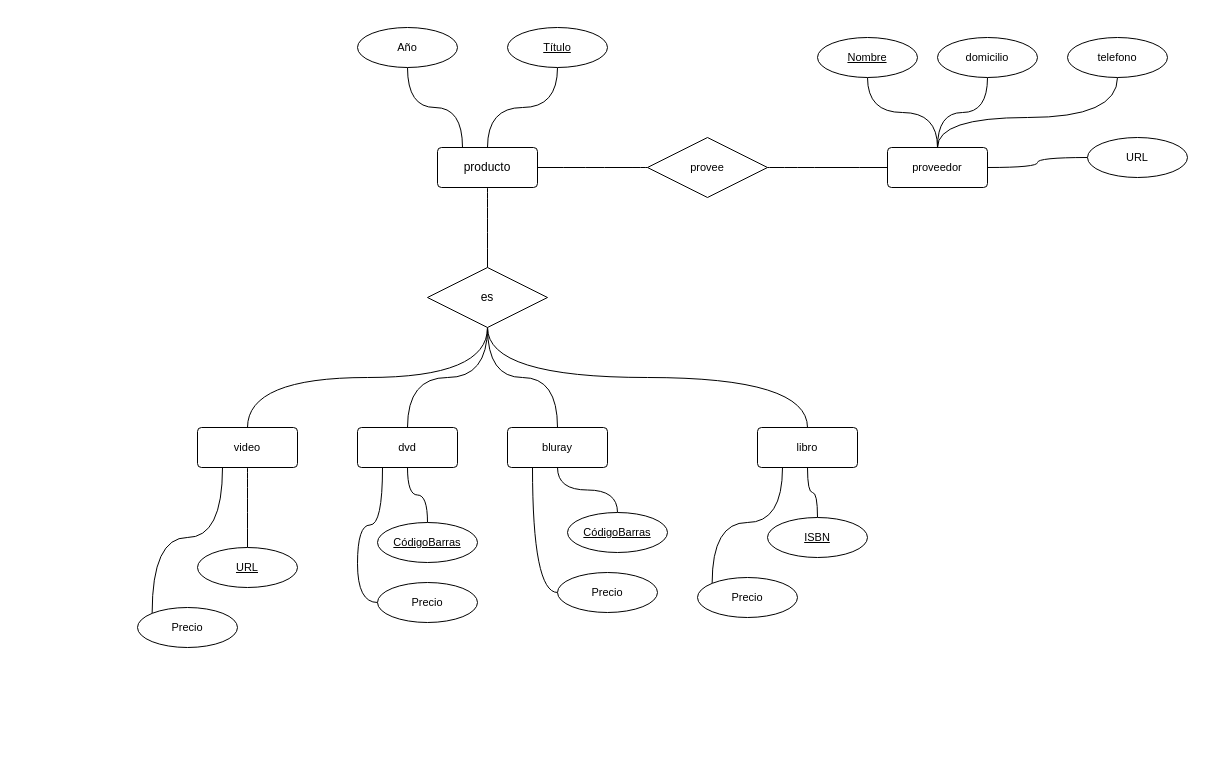
The draw.io diagram practico/practico1/ej10.drawio in irmrz/bases-de-datos, before the edit. Source tidied: cells renumbered, new cells numbered last; positions are measured from the earlier drawing's top-left corner, leaving out a move shared by most shapes. Both pictures are drawn from the tidied source at 100%, with x=0, y=0 at pixel (137, 27).
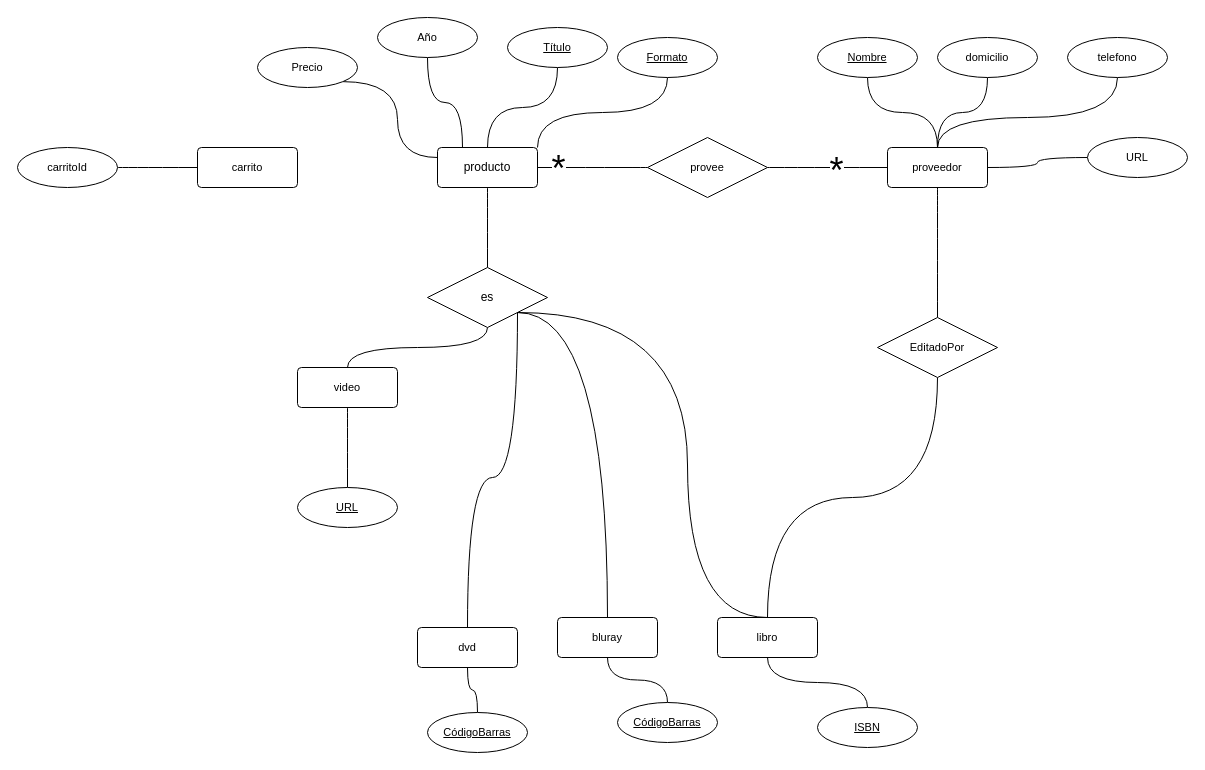
The same diagram, later.

The change refers to these unchanged cells:
```xml
<mxCell id="5" value="producto" style="rounded=1;arcSize=10;whiteSpace=wrap;html=1;align=center;" parent="1" vertex="1">
  <mxGeometry x="300" y="120" width="100" height="40" as="geometry" />
</mxCell>
<mxCell id="10" value="es" style="shape=rhombus;perimeter=rhombusPerimeter;whiteSpace=wrap;html=1;align=center;" parent="1" vertex="1">
  <mxGeometry x="290" y="240" width="120" height="60" as="geometry" />
</mxCell>
<mxCell id="36" value="proveedor" style="rounded=1;arcSize=10;whiteSpace=wrap;html=1;align=center;fontFamily=Helvetica;fontSize=11;fontColor=default;" parent="1" vertex="1">
  <mxGeometry x="750" y="120" width="100" height="40" as="geometry" />
</mxCell>
<mxCell id="42" style="edgeStyle=orthogonalEdgeStyle;shape=connector;curved=1;rounded=1;jettySize=auto;html=1;exitX=1;exitY=0.5;exitDx=0;exitDy=0;entryX=0;entryY=0.5;entryDx=0;entryDy=0;labelBackgroundColor=default;strokeColor=default;fontFamily=Helvetica;fontSize=11;fontColor=default;endArrow=none;endFill=0;" parent="1" edge="1" source="44" target="36">
  <mxGeometry relative="1" as="geometry" />
</mxCell>
```

Diff of the diagram source:
```diff
@@
-    <mxCell id="6" style="edgeStyle=orthogonalEdgeStyle;shape=connector;curved=1;rounded=1;jettySize=auto;html=1;exitX=0.5;exitY=1;exitDx=0;exitDy=0;entryX=0.5;entryY=0;entryDx=0;entryDy=0;labelBackgroundColor=default;strokeColor=default;fontFamily=Helvetica;fontSize=11;fontColor=default;endArrow=none;endFill=0;" parent="1" edge="1" source="10" target="15">
-      <mxGeometry relative="1" as="geometry" />
-    </mxCell>
-    <mxCell id="7" style="edgeStyle=orthogonalEdgeStyle;shape=connector;curved=1;rounded=1;jettySize=auto;html=1;exitX=0.5;exitY=1;exitDx=0;exitDy=0;entryX=0.5;entryY=0;entryDx=0;entryDy=0;labelBackgroundColor=default;strokeColor=default;fontFamily=Helvetica;fontSize=11;fontColor=default;endArrow=none;endFill=0;" parent="1" edge="1" source="10" target="17">
-      <mxGeometry relative="1" as="geometry" />
-    </mxCell>
-    <mxCell id="8" style="edgeStyle=orthogonalEdgeStyle;shape=connector;curved=1;rounded=1;jettySize=auto;html=1;exitX=0.5;exitY=1;exitDx=0;exitDy=0;entryX=0.5;entryY=0;entryDx=0;entryDy=0;labelBackgroundColor=default;strokeColor=default;fontFamily=Helvetica;fontSize=11;fontColor=default;endArrow=none;endFill=0;" parent="1" edge="1" source="10" target="20">
-      <mxGeometry relative="1" as="geometry" />
-    </mxCell>
@@
     <mxCell id="11" value="Año" style="ellipse;whiteSpace=wrap;html=1;align=center;fontFamily=Helvetica;fontSize=11;fontColor=default;" parent="1" vertex="1">
-      <mxGeometry x="220" width="100" height="40" as="geometry" />
+      <mxGeometry x="240" y="-10" width="100" height="40" as="geometry" />
     </mxCell>
@@
-    <mxCell id="14" style="edgeStyle=orthogonalEdgeStyle;shape=connector;curved=1;rounded=1;jettySize=auto;html=1;exitX=0.25;exitY=1;exitDx=0;exitDy=0;entryX=0;entryY=0;entryDx=0;entryDy=0;labelBackgroundColor=default;strokeColor=default;fontFamily=Helvetica;fontSize=11;fontColor=default;endArrow=none;endFill=0;" parent="1" edge="1" source="15" target="21">
-      <mxGeometry relative="1" as="geometry" />
-    </mxCell>
     <mxCell id="15" value="libro" style="rounded=1;arcSize=10;whiteSpace=wrap;html=1;align=center;fontFamily=Helvetica;fontSize=11;fontColor=default;" parent="1" vertex="1">
-      <mxGeometry x="620" y="400" width="100" height="40" as="geometry" />
+      <mxGeometry x="580" y="590" width="100" height="40" as="geometry" />
     </mxCell>
-    <mxCell id="16" style="edgeStyle=orthogonalEdgeStyle;shape=connector;curved=1;rounded=1;jettySize=auto;html=1;exitX=0.25;exitY=1;exitDx=0;exitDy=0;entryX=0;entryY=0.5;entryDx=0;entryDy=0;labelBackgroundColor=default;strokeColor=default;fontFamily=Helvetica;fontSize=11;fontColor=default;endArrow=none;endFill=0;" parent="1" edge="1" source="17" target="22">
-      <mxGeometry relative="1" as="geometry" />
-    </mxCell>
     <mxCell id="17" value="dvd" style="rounded=1;arcSize=10;whiteSpace=wrap;html=1;align=center;fontFamily=Helvetica;fontSize=11;fontColor=default;" parent="1" vertex="1">
-      <mxGeometry x="220" y="400" width="100" height="40" as="geometry" />
+      <mxGeometry x="280" y="600" width="100" height="40" as="geometry" />
     </mxCell>
@@
-    <mxCell id="19" style="edgeStyle=orthogonalEdgeStyle;shape=connector;curved=1;rounded=1;jettySize=auto;html=1;exitX=0.25;exitY=1;exitDx=0;exitDy=0;entryX=0;entryY=0.5;entryDx=0;entryDy=0;labelBackgroundColor=default;strokeColor=default;fontFamily=Helvetica;fontSize=11;fontColor=default;endArrow=none;endFill=0;" parent="1" edge="1" source="20" target="23">
-      <mxGeometry relative="1" as="geometry" />
-    </mxCell>
     <mxCell id="20" value="bluray" style="rounded=1;arcSize=10;whiteSpace=wrap;html=1;align=center;fontFamily=Helvetica;fontSize=11;fontColor=default;" parent="1" vertex="1">
-      <mxGeometry x="370" y="400" width="100" height="40" as="geometry" />
+      <mxGeometry x="420" y="590" width="100" height="40" as="geometry" />
     </mxCell>
-    <mxCell id="21" value="Precio" style="ellipse;whiteSpace=wrap;html=1;align=center;fontFamily=Helvetica;fontSize=11;fontColor=default;" parent="1" vertex="1">
-      <mxGeometry x="560" y="550" width="100" height="40" as="geometry" />
-    </mxCell>
-    <mxCell id="22" value="Precio" style="ellipse;whiteSpace=wrap;html=1;align=center;fontFamily=Helvetica;fontSize=11;fontColor=default;" parent="1" vertex="1">
-      <mxGeometry x="240" y="555" width="100" height="40" as="geometry" />
-    </mxCell>
-    <mxCell id="23" value="Precio" style="ellipse;whiteSpace=wrap;html=1;align=center;fontFamily=Helvetica;fontSize=11;fontColor=default;" parent="1" vertex="1">
-      <mxGeometry x="420" y="545" width="100" height="40" as="geometry" />
-    </mxCell>
@@
     <mxCell id="25" value="CódigoBarras" style="ellipse;whiteSpace=wrap;html=1;align=center;fontStyle=4;fontFamily=Helvetica;fontSize=11;fontColor=default;" parent="1" vertex="1">
-      <mxGeometry x="240" y="495" width="100" height="40" as="geometry" />
+      <mxGeometry x="290" y="685" width="100" height="40" as="geometry" />
     </mxCell>
     <mxCell id="26" value="CódigoBarras" style="ellipse;whiteSpace=wrap;html=1;align=center;fontStyle=4;fontFamily=Helvetica;fontSize=11;fontColor=default;" parent="1" vertex="1">
-      <mxGeometry x="430" y="485" width="100" height="40" as="geometry" />
+      <mxGeometry x="480" y="675" width="100" height="40" as="geometry" />
     </mxCell>
     <mxCell id="27" value="ISBN" style="ellipse;whiteSpace=wrap;html=1;align=center;fontStyle=4;fontFamily=Helvetica;fontSize=11;fontColor=default;" parent="1" vertex="1">
-      <mxGeometry x="630" y="490" width="100" height="40" as="geometry" />
+      <mxGeometry x="680" y="680" width="100" height="40" as="geometry" />
     </mxCell>
@@
-    <mxCell id="29" style="edgeStyle=orthogonalEdgeStyle;shape=connector;curved=1;rounded=1;jettySize=auto;html=1;exitX=0.25;exitY=1;exitDx=0;exitDy=0;entryX=0;entryY=0;entryDx=0;entryDy=0;labelBackgroundColor=default;strokeColor=default;fontFamily=Helvetica;fontSize=11;fontColor=default;endArrow=none;endFill=0;" parent="1" edge="1" source="30" target="32">
-      <mxGeometry relative="1" as="geometry" />
-    </mxCell>
     <mxCell id="30" value="video" style="rounded=1;arcSize=10;whiteSpace=wrap;html=1;align=center;fontFamily=Helvetica;fontSize=11;fontColor=default;" parent="1" vertex="1">
-      <mxGeometry x="60" y="400" width="100" height="40" as="geometry" />
+      <mxGeometry x="160" y="340" width="100" height="40" as="geometry" />
     </mxCell>
     <mxCell id="31" value="URL" style="ellipse;whiteSpace=wrap;html=1;align=center;fontStyle=4;fontFamily=Helvetica;fontSize=11;fontColor=default;" parent="1" vertex="1">
-      <mxGeometry x="60" y="520" width="100" height="40" as="geometry" />
+      <mxGeometry x="160" y="460" width="100" height="40" as="geometry" />
     </mxCell>
-    <mxCell id="32" value="Precio" style="ellipse;whiteSpace=wrap;html=1;align=center;fontFamily=Helvetica;fontSize=11;fontColor=default;" parent="1" vertex="1">
-      <mxGeometry y="580" width="100" height="40" as="geometry" />
-    </mxCell>
@@
+    <mxCell id="45" style="edgeStyle=orthogonalEdgeStyle;shape=connector;curved=1;rounded=1;jettySize=auto;html=1;exitX=0.5;exitY=1;exitDx=0;exitDy=0;entryX=0.5;entryY=0;entryDx=0;entryDy=0;labelBackgroundColor=default;strokeColor=default;fontFamily=Helvetica;fontSize=11;fontColor=default;endArrow=none;endFill=0;" parent="1" edge="1" source="36" target="53">
+      <mxGeometry relative="1" as="geometry" />
+    </mxCell>
@@
+    <mxCell id="46" value="&lt;font style=&quot;font-size: 36px;&quot;&gt;*&lt;/font&gt;" style="edgeLabel;html=1;align=center;verticalAlign=middle;fontSize=11;fontFamily=Helvetica;fontColor=default;" parent="42" vertex="1">
+      <mxGeometry x="0.13" y="-2" relative="1" as="geometry" />
+    </mxCell>
@@
+    <mxCell id="47" value="&lt;font style=&quot;font-size: 36px;&quot;&gt;*&lt;/font&gt;" style="edgeLabel;html=1;align=center;verticalAlign=middle;fontSize=11;fontFamily=Helvetica;fontColor=default;" parent="1" vertex="1">
+      <mxGeometry x="420" y="140" as="geometry" />
+    </mxCell>
+    <mxCell id="48" value="carrito" style="rounded=1;arcSize=10;whiteSpace=wrap;html=1;align=center;fontFamily=Helvetica;fontSize=11;fontColor=default;" parent="1" vertex="1">
+      <mxGeometry x="60" y="120" width="100" height="40" as="geometry" />
+    </mxCell>
+    <mxCell id="7" style="edgeStyle=orthogonalEdgeStyle;shape=connector;curved=1;rounded=1;jettySize=auto;html=1;exitX=1;exitY=1;exitDx=0;exitDy=0;entryX=0.5;entryY=0;entryDx=0;entryDy=0;labelBackgroundColor=default;strokeColor=default;fontFamily=Helvetica;fontSize=11;fontColor=default;endArrow=none;endFill=0;" parent="1" edge="1" source="10" target="17">
+      <mxGeometry relative="1" as="geometry" />
+    </mxCell>
+    <mxCell id="8" style="edgeStyle=orthogonalEdgeStyle;shape=connector;curved=1;rounded=1;jettySize=auto;html=1;exitX=1;exitY=1;exitDx=0;exitDy=0;entryX=0.5;entryY=0;entryDx=0;entryDy=0;labelBackgroundColor=default;strokeColor=default;fontFamily=Helvetica;fontSize=11;fontColor=default;endArrow=none;endFill=0;" parent="1" edge="1" source="10" target="20">
+      <mxGeometry relative="1" as="geometry" />
+    </mxCell>
+    <mxCell id="6" style="edgeStyle=orthogonalEdgeStyle;shape=connector;curved=1;rounded=1;jettySize=auto;html=1;exitX=1;exitY=1;exitDx=0;exitDy=0;entryX=0.5;entryY=0;entryDx=0;entryDy=0;labelBackgroundColor=default;strokeColor=default;fontFamily=Helvetica;fontSize=11;fontColor=default;endArrow=none;endFill=0;" parent="1" edge="1" source="10" target="15">
+      <mxGeometry relative="1" as="geometry">
+        <Array as="points">
+          <mxPoint x="550" y="285" />
+          <mxPoint x="550" y="590" />
+        </Array>
+      </mxGeometry>
+    </mxCell>
+    <mxCell id="49" style="edgeStyle=orthogonalEdgeStyle;shape=connector;curved=1;rounded=1;jettySize=auto;html=1;exitX=1;exitY=0.5;exitDx=0;exitDy=0;entryX=0;entryY=0.5;entryDx=0;entryDy=0;labelBackgroundColor=default;strokeColor=default;fontFamily=Helvetica;fontSize=11;fontColor=default;endArrow=none;endFill=0;" parent="1" edge="1" source="50" target="48">
+      <mxGeometry relative="1" as="geometry" />
+    </mxCell>
+    <mxCell id="50" value="carritoId" style="ellipse;whiteSpace=wrap;html=1;align=center;fontFamily=Helvetica;fontSize=11;fontColor=default;" parent="1" vertex="1">
+      <mxGeometry x="-120" y="120" width="100" height="40" as="geometry" />
+    </mxCell>
+    <mxCell id="51" style="edgeStyle=orthogonalEdgeStyle;shape=connector;curved=1;rounded=1;orthogonalLoop=1;jettySize=auto;html=1;exitX=0.5;exitY=1;exitDx=0;exitDy=0;entryX=0.5;entryY=0;entryDx=0;entryDy=0;labelBackgroundColor=default;strokeColor=default;fontFamily=Helvetica;fontSize=11;fontColor=default;endArrow=none;endFill=0;" parent="1" edge="1">
+      <mxGeometry relative="1" as="geometry">
+        <mxPoint x="460" y="440" as="sourcePoint" />
+        <mxPoint x="460" y="440" as="targetPoint" />
+      </mxGeometry>
+    </mxCell>
+    <mxCell id="52" style="edgeStyle=orthogonalEdgeStyle;shape=connector;curved=1;rounded=1;jettySize=auto;html=1;exitX=0.5;exitY=1;exitDx=0;exitDy=0;entryX=0.5;entryY=0;entryDx=0;entryDy=0;labelBackgroundColor=default;strokeColor=default;fontFamily=Helvetica;fontSize=11;fontColor=default;endArrow=none;endFill=0;" parent="1" edge="1" source="53" target="15">
+      <mxGeometry relative="1" as="geometry" />
+    </mxCell>
+    <mxCell id="53" value="EditadoPor" style="shape=rhombus;perimeter=rhombusPerimeter;whiteSpace=wrap;html=1;align=center;fontFamily=Helvetica;fontSize=11;fontColor=default;" parent="1" vertex="1">
+      <mxGeometry x="740" y="290" width="120" height="60" as="geometry" />
+    </mxCell>
+    <mxCell id="54" style="edgeStyle=orthogonalEdgeStyle;shape=connector;curved=1;rounded=1;jettySize=auto;html=1;exitX=1;exitY=1;exitDx=0;exitDy=0;entryX=0;entryY=0.25;entryDx=0;entryDy=0;labelBackgroundColor=default;strokeColor=default;fontFamily=Helvetica;fontSize=11;fontColor=default;endArrow=none;endFill=0;" parent="1" edge="1" source="55" target="5">
+      <mxGeometry relative="1" as="geometry" />
+    </mxCell>
+    <mxCell id="55" value="Precio" style="ellipse;whiteSpace=wrap;html=1;align=center;fontFamily=Helvetica;fontSize=11;fontColor=default;" parent="1" vertex="1">
+      <mxGeometry x="120" y="20" width="100" height="40" as="geometry" />
+    </mxCell>
+    <mxCell id="56" style="edgeStyle=orthogonalEdgeStyle;shape=connector;curved=1;rounded=1;jettySize=auto;html=1;exitX=0.5;exitY=1;exitDx=0;exitDy=0;entryX=1;entryY=0;entryDx=0;entryDy=0;labelBackgroundColor=default;strokeColor=default;fontFamily=Helvetica;fontSize=11;fontColor=default;endArrow=none;endFill=0;" parent="1" edge="1" source="57" target="5">
+      <mxGeometry relative="1" as="geometry" />
+    </mxCell>
+    <mxCell id="57" value="Formato" style="ellipse;whiteSpace=wrap;html=1;align=center;fontStyle=4;fontFamily=Helvetica;fontSize=11;fontColor=default;" parent="1" vertex="1">
+      <mxGeometry x="480" y="10" width="100" height="40" as="geometry" />
+    </mxCell>
```
